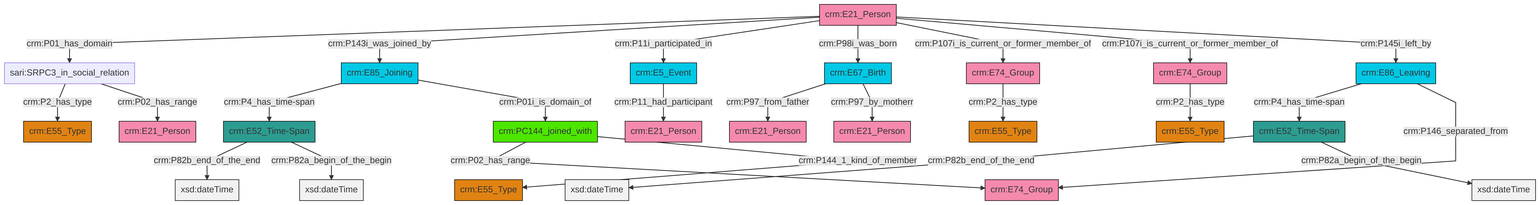
Before: et/personCSV/ttl/mmd/png/Person_Actor_Relations.png, a diagram exported from Mermaid (swiss-art-research-net/docs.swissartresearch). Its source is kept beside it as et/personCSV/ttl/mmd/Person_Actor_Relations.ttl.mmd.
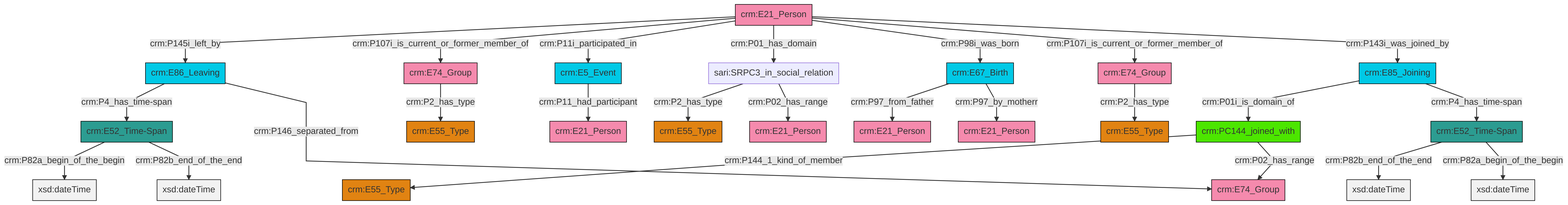
The same diagram one commit later.

Diff of the diagram source:
```diff
@@ -13,27 +13,27 @@
 classDef PC_Classes fill:#4ce600, stroke:#000000;
 classDef Multi fill:#cccccc,stroke:#000000;
 
-8["crm:E21_Person"]:::Actor -->|crm:P01_has_domain| 9["sari:SRPC3_in_social_relation"]:::Default
-10["crm:E86_Leaving"]:::Temporal_Entity -->|crm:P4_has_time-span| 11["crm:E52_Time-Span"]:::Time-Span
-9["sari:SRPC3_in_social_relation"]:::Default -->|crm:P2_has_type| 12["crm:E55_Type"]:::Type
-11["crm:E52_Time-Span"]:::Time-Span -->|crm:P82b_end_of_the_end| 14[xsd:dateTime]:::Literal
-8["crm:E21_Person"]:::Actor -->|crm:P143i_was_joined_by| 16["crm:E85_Joining"]:::Temporal_Entity
-9["sari:SRPC3_in_social_relation"]:::Default -->|crm:P02_has_range| 20["crm:E21_Person"]:::Actor
-8["crm:E21_Person"]:::Actor -->|crm:P11i_participated_in| 21["crm:E5_Event"]:::Temporal_Entity
-8["crm:E21_Person"]:::Actor -->|crm:P98i_was_born| 23["crm:E67_Birth"]:::Temporal_Entity
-21["crm:E5_Event"]:::Temporal_Entity -->|crm:P11_had_participant| 4["crm:E21_Person"]:::Actor
-0["crm:PC144_joined_with"]:::PC_Classes -->|crm:P02_has_range| 28["crm:E74_Group"]:::Actor
-11["crm:E52_Time-Span"]:::Time-Span -->|crm:P82a_begin_of_the_begin| 29[xsd:dateTime]:::Literal
-16["crm:E85_Joining"]:::Temporal_Entity -->|crm:P4_has_time-span| 30["crm:E52_Time-Span"]:::Time-Span
-17["crm:E74_Group"]:::Actor -->|crm:P2_has_type| 31["crm:E55_Type"]:::Type
-8["crm:E21_Person"]:::Actor -->|crm:P107i_is_current_or_former_member_of| 17["crm:E74_Group"]:::Actor
-0["crm:PC144_joined_with"]:::PC_Classes -->|crm:P144_1_kind_of_member| 32["crm:E55_Type"]:::Type
-8["crm:E21_Person"]:::Actor -->|crm:P107i_is_current_or_former_member_of| 2["crm:E74_Group"]:::Actor
-23["crm:E67_Birth"]:::Temporal_Entity -->|crm:P97_from_father| 33["crm:E21_Person"]:::Actor
-8["crm:E21_Person"]:::Actor -->|crm:P145i_left_by| 10["crm:E86_Leaving"]:::Temporal_Entity
-16["crm:E85_Joining"]:::Temporal_Entity -->|crm:P01i_is_domain_of| 0["crm:PC144_joined_with"]:::PC_Classes
-23["crm:E67_Birth"]:::Temporal_Entity -->|crm:P97_by_motherr| 25["crm:E21_Person"]:::Actor
-30["crm:E52_Time-Span"]:::Time-Span -->|crm:P82b_end_of_the_end| 37[xsd:dateTime]:::Literal
-2["crm:E74_Group"]:::Actor -->|crm:P2_has_type| 6["crm:E55_Type"]:::Type
-10["crm:E86_Leaving"]:::Temporal_Entity -->|crm:P146_separated_from| 28["crm:E74_Group"]:::Actor
-30["crm:E52_Time-Span"]:::Time-Span -->|crm:P82a_begin_of_the_begin| 46[xsd:dateTime]:::Literal
+2["crm:E52_Time-Span"]:::Time-Span -->|crm:P82b_end_of_the_end| 3[xsd:dateTime]:::Literal
+6["sari:SRPC3_in_social_relation"]:::Default -->|crm:P2_has_type| 7["crm:E55_Type"]:::Type
+16["crm:PC144_joined_with"]:::PC_Classes -->|crm:P144_1_kind_of_member| 4["crm:E55_Type"]:::Type
+19["crm:E21_Person"]:::Actor -->|crm:P145i_left_by| 20["crm:E86_Leaving"]:::Temporal_Entity
+11["crm:E74_Group"]:::Actor -->|crm:P2_has_type| 17["crm:E55_Type"]:::Type
+22["crm:E85_Joining"]:::Temporal_Entity -->|crm:P01i_is_domain_of| 16["crm:PC144_joined_with"]:::PC_Classes
+20["crm:E86_Leaving"]:::Temporal_Entity -->|crm:P4_has_time-span| 24["crm:E52_Time-Span"]:::Time-Span
+19["crm:E21_Person"]:::Actor -->|crm:P107i_is_current_or_former_member_of| 26["crm:E74_Group"]:::Actor
+26["crm:E74_Group"]:::Actor -->|crm:P2_has_type| 0["crm:E55_Type"]:::Type
+24["crm:E52_Time-Span"]:::Time-Span -->|crm:P82a_begin_of_the_begin| 30[xsd:dateTime]:::Literal
+16["crm:PC144_joined_with"]:::PC_Classes -->|crm:P02_has_range| 31["crm:E74_Group"]:::Actor
+19["crm:E21_Person"]:::Actor -->|crm:P11i_participated_in| 8["crm:E5_Event"]:::Temporal_Entity
+22["crm:E85_Joining"]:::Temporal_Entity -->|crm:P4_has_time-span| 2["crm:E52_Time-Span"]:::Time-Span
+19["crm:E21_Person"]:::Actor -->|crm:P01_has_domain| 6["sari:SRPC3_in_social_relation"]:::Default
+8["crm:E5_Event"]:::Temporal_Entity -->|crm:P11_had_participant| 35["crm:E21_Person"]:::Actor
+6["sari:SRPC3_in_social_relation"]:::Default -->|crm:P02_has_range| 33["crm:E21_Person"]:::Actor
+24["crm:E52_Time-Span"]:::Time-Span -->|crm:P82b_end_of_the_end| 41[xsd:dateTime]:::Literal
+13["crm:E67_Birth"]:::Temporal_Entity -->|crm:P97_from_father| 42["crm:E21_Person"]:::Actor
+19["crm:E21_Person"]:::Actor -->|crm:P98i_was_born| 13["crm:E67_Birth"]:::Temporal_Entity
+19["crm:E21_Person"]:::Actor -->|crm:P107i_is_current_or_former_member_of| 11["crm:E74_Group"]:::Actor
+19["crm:E21_Person"]:::Actor -->|crm:P143i_was_joined_by| 22["crm:E85_Joining"]:::Temporal_Entity
+13["crm:E67_Birth"]:::Temporal_Entity -->|crm:P97_by_motherr| 38["crm:E21_Person"]:::Actor
+2["crm:E52_Time-Span"]:::Time-Span -->|crm:P82a_begin_of_the_begin| 45[xsd:dateTime]:::Literal
+20["crm:E86_Leaving"]:::Temporal_Entity -->|crm:P146_separated_from| 31["crm:E74_Group"]:::Actor
```
